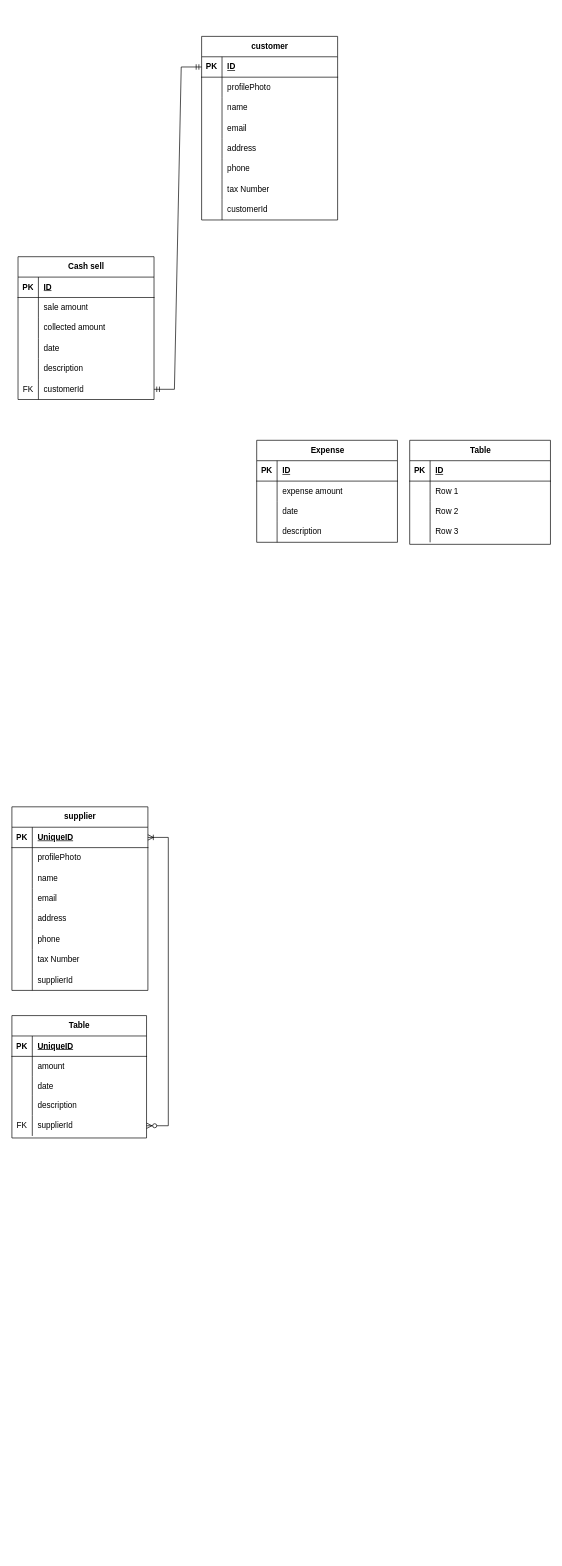
The draw.io diagram databases/diagram.drawio in devsrakib/esBook, before the edit. Source tidied: cells renumbered, new cells numbered last; positions are measured from the earlier drawing's top-left corner, leaving out a move shared by most shapes. Both pictures are drawn from the tidied source at 68%, with x=0, y=0 at pixel (12, 36).
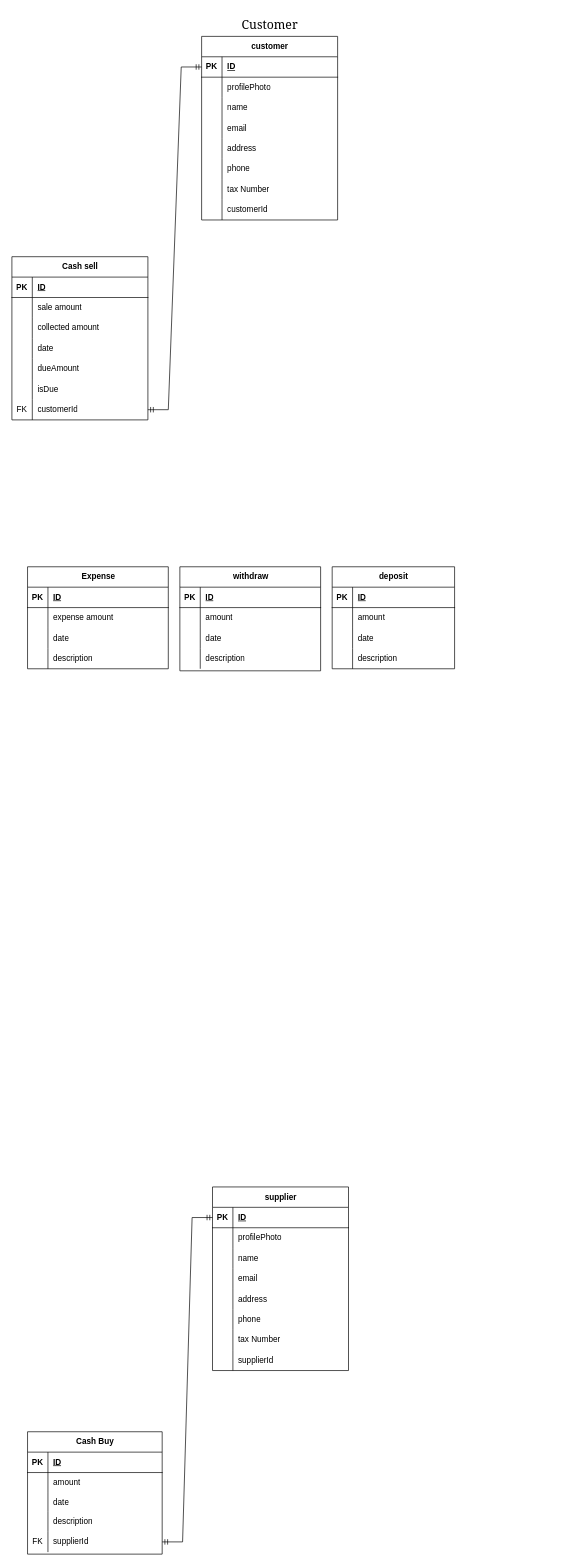
After the change.

Unchanged cells that the change refers to:
```xml
<mxCell id="3" style="shape=tableRow;horizontal=0;startSize=0;swimlaneHead=0;swimlaneBody=0;fillColor=none;points=[[0,0.5],[1,0.5]];portConstraint=eastwest;top=0;left=0;right=0;bottom=1;" parent="2" vertex="1">
  <mxGeometry y="30" width="200" height="30" as="geometry" />
</mxCell>
<mxCell id="40" style="shape=tableRow;horizontal=0;startSize=0;swimlaneHead=0;swimlaneBody=0;fillColor=none;top=0;left=0;right=0;bottom=0;" parent="27" vertex="1">
  <mxGeometry y="150" width="200" height="30" as="geometry" />
</mxCell>
<mxCell id="47" style="shape=tableRow;horizontal=0;startSize=0;swimlaneHead=0;swimlaneBody=0;fillColor=none;points=[[0,0.5],[1,0.5]];portConstraint=eastwest;top=0;left=0;right=0;bottom=1;" parent="46" vertex="1">
  <mxGeometry y="30" width="200" height="30" as="geometry" />
</mxCell>
<mxCell id="72" style="shape=tableRow;horizontal=0;startSize=0;swimlaneHead=0;swimlaneBody=0;fillColor=none;top=0;left=0;right=0;bottom=1;" parent="71" vertex="1">
  <mxGeometry y="30" width="198" height="30" as="geometry" />
</mxCell>
<mxCell id="84" style="shape=tableRow;horizontal=0;startSize=0;swimlaneHead=0;swimlaneBody=0;fillColor=none;points=[[0,0.5],[1,0.5]];portConstraint=eastwest;top=0;left=0;right=0;bottom=0;" parent="71" vertex="1">
  <mxGeometry y="147" width="198" height="30" as="geometry" />
</mxCell>
<mxCell id="105" style="shape=tableRow;horizontal=0;startSize=0;swimlaneHead=0;swimlaneBody=0;fillColor=none;top=0;left=0;right=0;bottom=0;" parent="101" vertex="1">
  <mxGeometry y="60" width="207" height="30" as="geometry" />
</mxCell>
<mxCell id="108" style="shape=tableRow;horizontal=0;startSize=0;swimlaneHead=0;swimlaneBody=0;fillColor=none;top=0;left=0;right=0;bottom=0;" parent="101" vertex="1">
  <mxGeometry y="90" width="207" height="30" as="geometry" />
</mxCell>
<mxCell id="111" style="shape=tableRow;horizontal=0;startSize=0;swimlaneHead=0;swimlaneBody=0;fillColor=none;top=0;left=0;right=0;bottom=0;" parent="101" vertex="1">
  <mxGeometry y="120" width="207" height="30" as="geometry" />
</mxCell>
```

Change to the diagram source:
```diff
@@
     <mxCell id="27" value="Cash sell" style="shape=table;startSize=30;childLayout=tableLayout;rowLines=0;fontStyle=1;align=center;html=1;" parent="1" vertex="1">
-      <mxGeometry x="9" y="324" width="200" height="210" as="geometry" />
+      <mxGeometry y="324" width="200" height="240" as="geometry" />
     </mxCell>
@@
-    <mxCell id="42" value="description" style="shape=partialRectangle;fillColor=none;top=0;left=0;bottom=0;right=0;align=left;spacingLeft=6;overflow=hidden;whiteSpace=wrap;html=1;" parent="40" vertex="1">
+    <mxCell id="42" value="dueAmount" style="shape=partialRectangle;fillColor=none;top=0;left=0;bottom=0;right=0;align=left;spacingLeft=6;overflow=hidden;whiteSpace=wrap;html=1;" parent="40" vertex="1">
       <mxGeometry x="30" width="170" height="30" as="geometry" />
     </mxCell>
+    <mxCell id="115" style="shape=tableRow;horizontal=0;startSize=0;swimlaneHead=0;swimlaneBody=0;fillColor=none;top=0;left=0;right=0;bottom=0;" parent="27" vertex="1">
+      <mxGeometry y="180" width="200" height="30" as="geometry" />
+    </mxCell>
+    <mxCell id="116" style="shape=partialRectangle;fillColor=none;top=0;left=0;bottom=0;right=0;overflow=hidden;whiteSpace=wrap;html=1;" parent="115" vertex="1">
+      <mxGeometry width="30" height="30" as="geometry" />
+    </mxCell>
+    <mxCell id="117" value="isDue" style="shape=partialRectangle;fillColor=none;top=0;left=0;bottom=0;right=0;align=left;spacingLeft=6;overflow=hidden;whiteSpace=wrap;html=1;" parent="115" vertex="1">
+      <mxGeometry x="30" width="170" height="30" as="geometry" />
+    </mxCell>
     <mxCell id="43" style="shape=tableRow;horizontal=0;startSize=0;swimlaneHead=0;swimlaneBody=0;fillColor=none;points=[[0,0.5],[1,0.5]];portConstraint=eastwest;top=0;left=0;right=0;bottom=0;" parent="27" vertex="1">
-      <mxGeometry y="180" width="200" height="30" as="geometry" />
+      <mxGeometry y="210" width="200" height="30" as="geometry" />
     </mxCell>
@@
     <mxCell id="46" value="supplier" style="shape=table;startSize=30;childLayout=tableLayout;rowLines=0;fontStyle=1;align=center;html=1;flipH=0;flipV=0;" parent="1" vertex="1">
-      <mxGeometry y="1133" width="200" height="270" as="geometry" />
+      <mxGeometry x="295" y="1692" width="200" height="270" as="geometry" />
     </mxCell>
@@
-    <mxCell id="49" value="UniqueID" style="shape=partialRectangle;fillColor=none;top=0;left=0;bottom=0;right=0;align=left;spacingLeft=6;fontStyle=5;overflow=hidden;whiteSpace=wrap;html=1;" parent="47" vertex="1">
+    <mxCell id="49" value="ID" style="shape=partialRectangle;fillColor=none;top=0;left=0;bottom=0;right=0;align=left;spacingLeft=6;fontStyle=5;overflow=hidden;whiteSpace=wrap;html=1;" parent="47" vertex="1">
       <mxGeometry x="30" width="170" height="30" as="geometry" />
     </mxCell>
@@
-    <mxCell id="71" value="Table" style="shape=table;startSize=30;childLayout=tableLayout;rowLines=0;fontStyle=1;align=center;html=1;" parent="1" vertex="1">
-      <mxGeometry y="1440" width="198" height="180" as="geometry" />
+    <mxCell id="71" value="Cash Buy" style="shape=table;startSize=30;childLayout=tableLayout;rowLines=0;fontStyle=1;align=center;html=1;" parent="1" vertex="1">
+      <mxGeometry x="23" y="2052" width="198" height="180" as="geometry" />
     </mxCell>
@@
-    <mxCell id="74" value="UniqueID" style="shape=partialRectangle;fillColor=none;top=0;left=0;bottom=0;right=0;align=left;spacingLeft=6;fontStyle=5;overflow=hidden;whiteSpace=wrap;html=1;" parent="72" vertex="1">
+    <mxCell id="74" value="ID" style="shape=partialRectangle;fillColor=none;top=0;left=0;bottom=0;right=0;align=left;spacingLeft=6;fontStyle=5;overflow=hidden;whiteSpace=wrap;html=1;" parent="72" vertex="1">
       <mxGeometry x="30" width="168" height="30" as="geometry" />
     </mxCell>
@@
-    <mxCell id="87" style="edgeStyle=entityRelationEdgeStyle;fontSize=12;html=1;endArrow=ERoneToMany;startArrow=ERzeroToMany;rounded=0;" parent="1" edge="1" target="47">
-      <mxGeometry relative="1" as="geometry">
-        <mxPoint x="198" y="1602" as="sourcePoint" />
-        <Array as="points">
-          <mxPoint x="253" y="1612" />
-          <mxPoint x="244" y="1297" />
-          <mxPoint x="298" y="1297" />
-        </Array>
-      </mxGeometry>
-    </mxCell>
     <mxCell id="88" value="Expense" style="shape=table;startSize=30;childLayout=tableLayout;rowLines=0;fontStyle=1;align=center;html=1;" parent="1" vertex="1">
-      <mxGeometry x="360" y="594" width="207" height="150" as="geometry" />
+      <mxGeometry x="23" y="780" width="207" height="150" as="geometry" />
     </mxCell>
@@
-    <mxCell id="101" value="Table" style="shape=table;startSize=30;childLayout=tableLayout;rowLines=0;fontStyle=1;align=center;html=1;" parent="1" vertex="1">
-      <mxGeometry x="585" y="594" width="207" height="153" as="geometry" />
+    <mxCell id="101" value="withdraw" style="shape=table;startSize=30;childLayout=tableLayout;rowLines=0;fontStyle=1;align=center;html=1;" parent="1" vertex="1">
+      <mxGeometry x="247" y="780" width="207" height="153" as="geometry" />
     </mxCell>
@@
-    <mxCell id="107" value="Row 1" style="shape=partialRectangle;fillColor=none;top=0;left=0;bottom=0;right=0;align=left;spacingLeft=6;overflow=hidden;whiteSpace=wrap;html=1;" parent="105" vertex="1">
+    <mxCell id="107" value="amount" style="shape=partialRectangle;fillColor=none;top=0;left=0;bottom=0;right=0;align=left;spacingLeft=6;overflow=hidden;whiteSpace=wrap;html=1;" parent="105" vertex="1">
       <mxGeometry x="30" width="177" height="30" as="geometry" />
     </mxCell>
@@
-    <mxCell id="110" value="Row 2" style="shape=partialRectangle;fillColor=none;top=0;left=0;bottom=0;right=0;align=left;spacingLeft=6;overflow=hidden;whiteSpace=wrap;html=1;" parent="108" vertex="1">
+    <mxCell id="110" value="date" style="shape=partialRectangle;fillColor=none;top=0;left=0;bottom=0;right=0;align=left;spacingLeft=6;overflow=hidden;whiteSpace=wrap;html=1;" parent="108" vertex="1">
       <mxGeometry x="30" width="177" height="30" as="geometry" />
     </mxCell>
@@
-    <mxCell id="113" value="Row 3" style="shape=partialRectangle;fillColor=none;top=0;left=0;bottom=0;right=0;align=left;spacingLeft=6;overflow=hidden;whiteSpace=wrap;html=1;" parent="111" vertex="1">
+    <mxCell id="113" value="description" style="shape=partialRectangle;fillColor=none;top=0;left=0;bottom=0;right=0;align=left;spacingLeft=6;overflow=hidden;whiteSpace=wrap;html=1;" parent="111" vertex="1">
       <mxGeometry x="30" width="177" height="30" as="geometry" />
     </mxCell>
-    <mxCell id="114" style="edgeStyle=entityRelationEdgeStyle;fontSize=12;html=1;endArrow=ERmandOne;startArrow=ERmandOne;rounded=0;exitX=1;exitY=0.5;exitDx=0;exitDy=0;" parent="1" edge="1" source="43">
+    <mxCell id="114" style="edgeStyle=entityRelationEdgeStyle;fontSize=12;html=1;endArrow=ERmandOne;startArrow=ERmandOne;rounded=0;exitX=1;exitY=0.5;exitDx=0;exitDy=0;entryX=0;entryY=0.5;entryDx=0;entryDy=0;" parent="1" edge="1" source="43" target="3">
       <mxGeometry relative="1" as="geometry">
-        <mxPoint x="279" y="45" as="targetPoint" />
+        <Array as="points">
+          <mxPoint x="216" y="297" />
+          <mxPoint x="216" y="297" />
+          <mxPoint x="216" y="297" />
+        </Array>
       </mxGeometry>
     </mxCell>
+    <mxCell id="118" style="edgeStyle=entityRelationEdgeStyle;fontSize=12;html=1;endArrow=ERmandOne;startArrow=ERmandOne;rounded=0;entryX=0;entryY=0.5;entryDx=0;entryDy=0;exitX=1;exitY=0.5;exitDx=0;exitDy=0;" parent="1" edge="1" source="84" target="47">
+      <mxGeometry relative="1" as="geometry">
+        <Array as="points">
+          <mxPoint x="531" y="315" />
+        </Array>
+      </mxGeometry>
+    </mxCell>
+    <mxCell id="119" value="&lt;font face=&quot;Georgia&quot; style=&quot;font-size: 18px;&quot;&gt;Customer&lt;/font&gt;" style="text;html=1;align=center;verticalAlign=middle;strokeColor=none;fillColor=none;" parent="1" vertex="1">
+      <mxGeometry x="329" y="-36" width="100" height="36" as="geometry" />
+    </mxCell>
+    <mxCell id="120" value="deposit" style="shape=table;startSize=30;childLayout=tableLayout;rowLines=0;fontStyle=1;align=center;html=1;" parent="1" vertex="1">
+      <mxGeometry x="471" y="780" width="180" height="150" as="geometry" />
+    </mxCell>
+    <mxCell id="121" style="shape=tableRow;horizontal=0;startSize=0;swimlaneHead=0;swimlaneBody=0;fillColor=none;top=0;left=0;right=0;bottom=1;" parent="120" vertex="1">
+      <mxGeometry y="30" width="180" height="30" as="geometry" />
+    </mxCell>
+    <mxCell id="122" value="PK" style="shape=partialRectangle;fillColor=none;top=0;left=0;bottom=0;right=0;fontStyle=1;overflow=hidden;whiteSpace=wrap;html=1;" parent="121" vertex="1">
+      <mxGeometry width="30" height="30" as="geometry" />
+    </mxCell>
+    <mxCell id="123" value="ID" style="shape=partialRectangle;fillColor=none;top=0;left=0;bottom=0;right=0;align=left;spacingLeft=6;fontStyle=5;overflow=hidden;whiteSpace=wrap;html=1;" parent="121" vertex="1">
+      <mxGeometry x="30" width="150" height="30" as="geometry" />
+    </mxCell>
+    <mxCell id="124" style="shape=tableRow;horizontal=0;startSize=0;swimlaneHead=0;swimlaneBody=0;fillColor=none;top=0;left=0;right=0;bottom=0;" parent="120" vertex="1">
+      <mxGeometry y="60" width="180" height="30" as="geometry" />
+    </mxCell>
+    <mxCell id="125" style="shape=partialRectangle;fillColor=none;top=0;left=0;bottom=0;right=0;overflow=hidden;whiteSpace=wrap;html=1;" parent="124" vertex="1">
+      <mxGeometry width="30" height="30" as="geometry" />
+    </mxCell>
+    <mxCell id="126" value="amount" style="shape=partialRectangle;fillColor=none;top=0;left=0;bottom=0;right=0;align=left;spacingLeft=6;overflow=hidden;whiteSpace=wrap;html=1;" parent="124" vertex="1">
+      <mxGeometry x="30" width="150" height="30" as="geometry" />
+    </mxCell>
+    <mxCell id="127" style="shape=tableRow;horizontal=0;startSize=0;swimlaneHead=0;swimlaneBody=0;fillColor=none;top=0;left=0;right=0;bottom=0;" parent="120" vertex="1">
+      <mxGeometry y="90" width="180" height="30" as="geometry" />
+    </mxCell>
+    <mxCell id="128" style="shape=partialRectangle;fillColor=none;top=0;left=0;bottom=0;right=0;overflow=hidden;whiteSpace=wrap;html=1;" parent="127" vertex="1">
+      <mxGeometry width="30" height="30" as="geometry" />
+    </mxCell>
+    <mxCell id="129" value="date" style="shape=partialRectangle;fillColor=none;top=0;left=0;bottom=0;right=0;align=left;spacingLeft=6;overflow=hidden;whiteSpace=wrap;html=1;" parent="127" vertex="1">
+      <mxGeometry x="30" width="150" height="30" as="geometry" />
+    </mxCell>
+    <mxCell id="130" style="shape=tableRow;horizontal=0;startSize=0;swimlaneHead=0;swimlaneBody=0;fillColor=none;top=0;left=0;right=0;bottom=0;" parent="120" vertex="1">
+      <mxGeometry y="120" width="180" height="30" as="geometry" />
+    </mxCell>
+    <mxCell id="131" style="shape=partialRectangle;fillColor=none;top=0;left=0;bottom=0;right=0;overflow=hidden;whiteSpace=wrap;html=1;" parent="130" vertex="1">
+      <mxGeometry width="30" height="30" as="geometry" />
+    </mxCell>
+    <mxCell id="132" value="description" style="shape=partialRectangle;fillColor=none;top=0;left=0;bottom=0;right=0;align=left;spacingLeft=6;overflow=hidden;whiteSpace=wrap;html=1;" parent="130" vertex="1">
+      <mxGeometry x="30" width="150" height="30" as="geometry" />
+    </mxCell>
```
